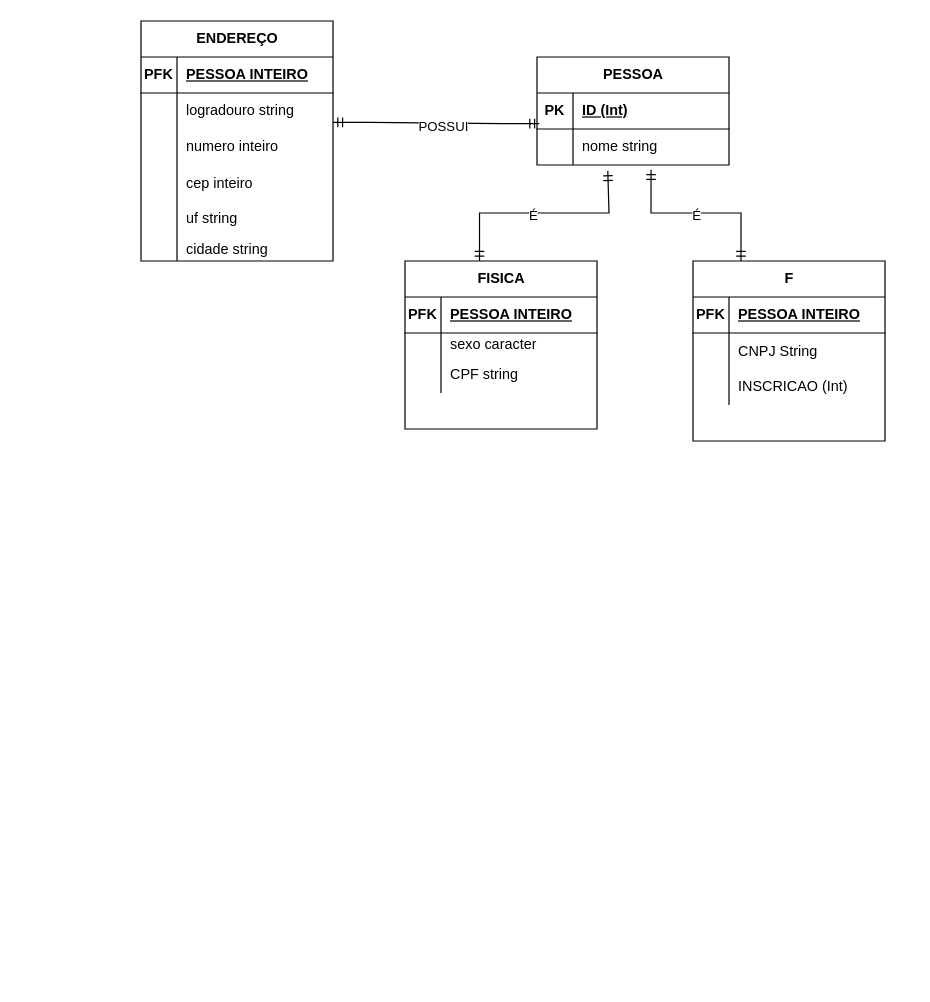
Above: diagrama2bandodedados.drawio in Monterlei/bancodedadosI (draw.io), before the change. Source tidied: cells renumbered, new cells numbered last; positions are measured from the earlier drawing's top-left corner, leaving out a move shared by most shapes. Both pictures are drawn from the tidied source at 120%, with x=0, y=0 at pixel (140, 20).
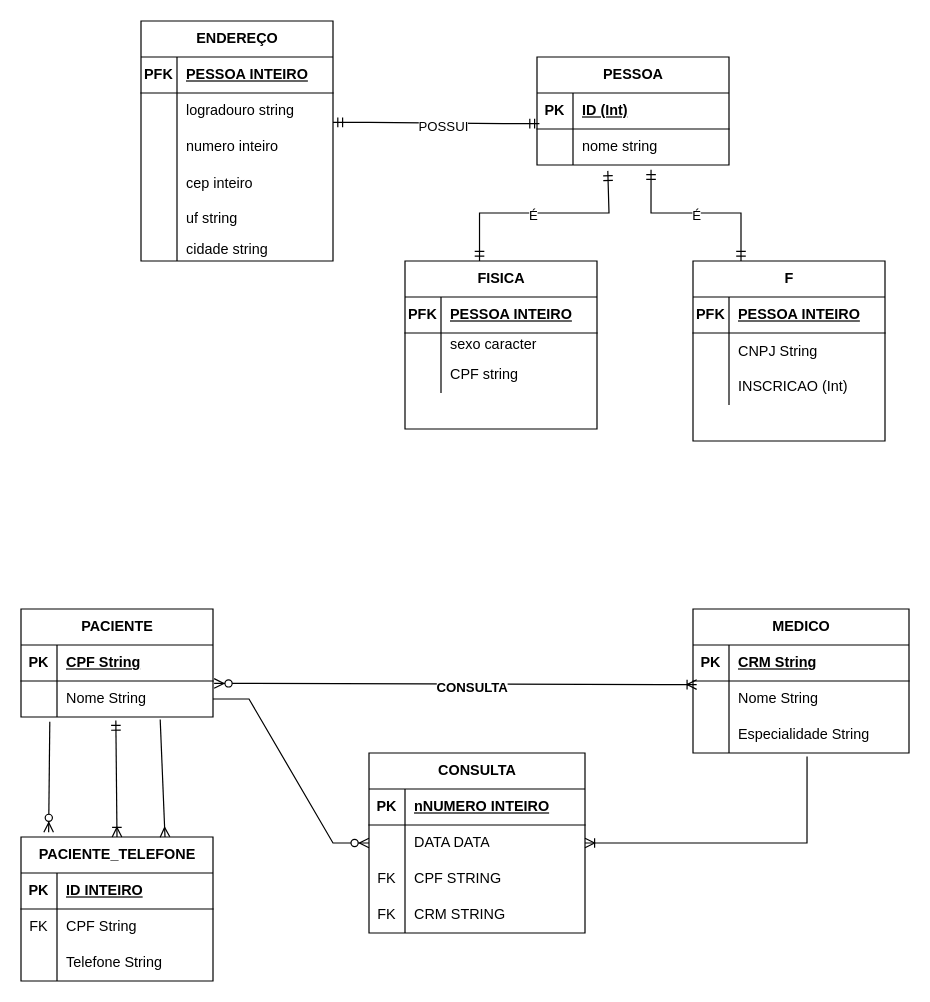
The same page after the edit.

Change to the diagram source:
```diff
@@
+    <mxCell id="54" value="PACIENTE" style="shape=table;startSize=30;childLayout=tableLayout;rowLines=0;fontStyle=1;align=center;html=1;" parent="1" vertex="1">
+      <mxGeometry x="-100" y="490" width="160" height="90" as="geometry" />
+    </mxCell>
+    <mxCell id="55" style="shape=tableRow;horizontal=0;startSize=0;swimlaneHead=0;swimlaneBody=0;fillColor=none;top=0;left=0;right=0;bottom=1;" parent="54" vertex="1">
+      <mxGeometry y="30" width="160" height="30" as="geometry" />
+    </mxCell>
+    <mxCell id="56" value="PK" style="shape=partialRectangle;fillColor=none;top=0;left=0;bottom=0;right=0;fontStyle=1;overflow=hidden;whiteSpace=wrap;html=1;" parent="55" vertex="1">
+      <mxGeometry width="30" height="30" as="geometry" />
+    </mxCell>
+    <mxCell id="57" value="CPF String" style="shape=partialRectangle;fillColor=none;top=0;left=0;bottom=0;right=0;align=left;spacingLeft=6;fontStyle=5;overflow=hidden;whiteSpace=wrap;html=1;" parent="55" vertex="1">
+      <mxGeometry x="30" width="130" height="30" as="geometry" />
+    </mxCell>
+    <mxCell id="58" style="shape=tableRow;horizontal=0;startSize=0;swimlaneHead=0;swimlaneBody=0;fillColor=none;points=[[0,0.5],[1,0.5]];portConstraint=eastwest;top=0;left=0;right=0;bottom=0;" parent="54" vertex="1">
+      <mxGeometry y="60" width="160" height="30" as="geometry" />
+    </mxCell>
+    <mxCell id="59" style="shape=partialRectangle;fillColor=none;top=0;left=0;bottom=0;right=0;overflow=hidden;whiteSpace=wrap;html=1;" parent="58" vertex="1">
+      <mxGeometry width="30" height="30" as="geometry" />
+    </mxCell>
+    <mxCell id="60" value="Nome String" style="shape=partialRectangle;fillColor=none;top=0;left=0;bottom=0;right=0;align=left;spacingLeft=6;overflow=hidden;whiteSpace=wrap;html=1;" parent="58" vertex="1">
+      <mxGeometry x="30" width="130" height="30" as="geometry" />
+    </mxCell>
+    <mxCell id="61" value="MEDICO" style="shape=table;startSize=30;childLayout=tableLayout;rowLines=0;fontStyle=1;align=center;html=1;" parent="1" vertex="1">
+      <mxGeometry x="460" y="490" width="180" height="120" as="geometry" />
+    </mxCell>
+    <mxCell id="62" style="shape=tableRow;horizontal=0;startSize=0;swimlaneHead=0;swimlaneBody=0;fillColor=none;top=0;left=0;right=0;bottom=1;" parent="61" vertex="1">
+      <mxGeometry y="30" width="180" height="30" as="geometry" />
+    </mxCell>
+    <mxCell id="63" value="PK" style="shape=partialRectangle;fillColor=none;top=0;left=0;bottom=0;right=0;fontStyle=1;overflow=hidden;whiteSpace=wrap;html=1;" parent="62" vertex="1">
+      <mxGeometry width="30" height="30" as="geometry" />
+    </mxCell>
+    <mxCell id="64" value="CRM String" style="shape=partialRectangle;fillColor=none;top=0;left=0;bottom=0;right=0;align=left;spacingLeft=6;fontStyle=5;overflow=hidden;whiteSpace=wrap;html=1;" parent="62" vertex="1">
+      <mxGeometry x="30" width="150" height="30" as="geometry" />
+    </mxCell>
+    <mxCell id="65" style="shape=tableRow;horizontal=0;startSize=0;swimlaneHead=0;swimlaneBody=0;fillColor=none;points=[[0,0.5],[1,0.5]];portConstraint=eastwest;top=0;left=0;right=0;bottom=0;" parent="61" vertex="1">
+      <mxGeometry y="60" width="180" height="30" as="geometry" />
+    </mxCell>
+    <mxCell id="66" style="shape=partialRectangle;fillColor=none;top=0;left=0;bottom=0;right=0;overflow=hidden;whiteSpace=wrap;html=1;" parent="65" vertex="1">
+      <mxGeometry width="30" height="30" as="geometry" />
+    </mxCell>
+    <mxCell id="67" value="Nome String" style="shape=partialRectangle;fillColor=none;top=0;left=0;bottom=0;right=0;align=left;spacingLeft=6;overflow=hidden;whiteSpace=wrap;html=1;" parent="65" vertex="1">
+      <mxGeometry x="30" width="150" height="30" as="geometry" />
+    </mxCell>
+    <mxCell id="68" style="shape=tableRow;horizontal=0;startSize=0;swimlaneHead=0;swimlaneBody=0;fillColor=none;points=[[0,0.5],[1,0.5]];portConstraint=eastwest;top=0;left=0;right=0;bottom=0;" parent="61" vertex="1">
+      <mxGeometry y="90" width="180" height="30" as="geometry" />
+    </mxCell>
+    <mxCell id="69" style="shape=partialRectangle;fillColor=none;top=0;left=0;bottom=0;right=0;overflow=hidden;whiteSpace=wrap;html=1;" parent="68" vertex="1">
+      <mxGeometry width="30" height="30" as="geometry" />
+    </mxCell>
+    <mxCell id="70" value="Especialidade String" style="shape=partialRectangle;fillColor=none;top=0;left=0;bottom=0;right=0;align=left;spacingLeft=6;overflow=hidden;whiteSpace=wrap;html=1;" parent="68" vertex="1">
+      <mxGeometry x="30" width="150" height="30" as="geometry" />
+    </mxCell>
+    <mxCell id="71" style="edgeStyle=entityRelationEdgeStyle;fontSize=12;html=1;endArrow=ERoneToMany;startArrow=ERzeroToMany;rounded=0;exitX=1.006;exitY=0.067;exitDx=0;exitDy=0;exitPerimeter=0;entryX=0.017;entryY=0.1;entryDx=0;entryDy=0;entryPerimeter=0;" parent="1" edge="1" source="58" target="65">
+      <mxGeometry relative="1" as="geometry" />
+    </mxCell>
+    <mxCell id="72" value="&lt;b&gt;CONSULTA&lt;/b&gt;" style="edgeLabel;html=1;align=center;verticalAlign=middle;" parent="71" vertex="1">
+      <mxGeometry x="0.07" y="-3" relative="1" as="geometry" />
+    </mxCell>
+    <mxCell id="73" value="PACIENTE_TELEFONE" style="shape=table;startSize=30;childLayout=tableLayout;rowLines=0;fontStyle=1;align=center;html=1;" parent="1" vertex="1">
+      <mxGeometry x="-100" y="680" width="160" height="120" as="geometry" />
+    </mxCell>
+    <mxCell id="74" style="shape=tableRow;horizontal=0;startSize=0;swimlaneHead=0;swimlaneBody=0;fillColor=none;top=0;left=0;right=0;bottom=1;" parent="73" vertex="1">
+      <mxGeometry y="30" width="160" height="30" as="geometry" />
+    </mxCell>
+    <mxCell id="75" value="PK" style="shape=partialRectangle;fillColor=none;top=0;left=0;bottom=0;right=0;fontStyle=1;overflow=hidden;whiteSpace=wrap;html=1;" parent="74" vertex="1">
+      <mxGeometry width="30" height="30" as="geometry" />
+    </mxCell>
+    <mxCell id="76" value="ID INTEIRO" style="shape=partialRectangle;fillColor=none;top=0;left=0;bottom=0;right=0;align=left;spacingLeft=6;fontStyle=5;overflow=hidden;whiteSpace=wrap;html=1;" parent="74" vertex="1">
+      <mxGeometry x="30" width="130" height="30" as="geometry" />
+    </mxCell>
+    <mxCell id="77" style="shape=tableRow;horizontal=0;startSize=0;swimlaneHead=0;swimlaneBody=0;fillColor=none;top=0;left=0;right=0;bottom=0;" parent="73" vertex="1">
+      <mxGeometry y="60" width="160" height="30" as="geometry" />
+    </mxCell>
+    <mxCell id="78" value="FK" style="shape=partialRectangle;fillColor=none;top=0;left=0;bottom=0;right=0;fontStyle=0;overflow=hidden;whiteSpace=wrap;html=1;" parent="77" vertex="1">
+      <mxGeometry width="30" height="30" as="geometry" />
+    </mxCell>
+    <mxCell id="79" value="CPF String" style="shape=partialRectangle;fillColor=none;top=0;left=0;bottom=0;right=0;align=left;spacingLeft=6;fontStyle=0;overflow=hidden;whiteSpace=wrap;html=1;" parent="77" vertex="1">
+      <mxGeometry x="30" width="130" height="30" as="geometry" />
+    </mxCell>
+    <mxCell id="80" style="shape=tableRow;horizontal=0;startSize=0;swimlaneHead=0;swimlaneBody=0;fillColor=none;top=0;left=0;right=0;bottom=0;" parent="73" vertex="1">
+      <mxGeometry y="90" width="160" height="30" as="geometry" />
+    </mxCell>
+    <mxCell id="81" style="shape=partialRectangle;fillColor=none;top=0;left=0;bottom=0;right=0;overflow=hidden;whiteSpace=wrap;html=1;" parent="80" vertex="1">
+      <mxGeometry width="30" height="30" as="geometry" />
+    </mxCell>
+    <mxCell id="82" value="Telefone String" style="shape=partialRectangle;fillColor=none;top=0;left=0;bottom=0;right=0;align=left;spacingLeft=6;overflow=hidden;whiteSpace=wrap;html=1;" parent="80" vertex="1">
+      <mxGeometry x="30" width="130" height="30" as="geometry" />
+    </mxCell>
+    <mxCell id="83" style="fontSize=12;html=1;endArrow=ERoneToMany;startArrow=ERmandOne;rounded=0;exitX=0.494;exitY=1.1;exitDx=0;exitDy=0;exitPerimeter=0;entryX=0.5;entryY=0;entryDx=0;entryDy=0;" parent="1" edge="1" source="58" target="73">
+      <mxGeometry relative="1" as="geometry" />
+    </mxCell>
+    <mxCell id="84" style="fontSize=12;html=1;endArrow=ERmany;rounded=0;exitX=0.725;exitY=1.067;exitDx=0;exitDy=0;exitPerimeter=0;entryX=0.75;entryY=0;entryDx=0;entryDy=0;" parent="1" edge="1" source="58" target="73">
+      <mxGeometry relative="1" as="geometry" />
+    </mxCell>
+    <mxCell id="85" style="fontSize=12;html=1;endArrow=ERzeroToMany;endFill=1;rounded=0;exitX=0.15;exitY=1.133;exitDx=0;exitDy=0;exitPerimeter=0;entryX=0.144;entryY=-0.033;entryDx=0;entryDy=0;entryPerimeter=0;" parent="1" edge="1" source="58" target="73">
+      <mxGeometry relative="1" as="geometry" />
+    </mxCell>
+    <mxCell id="86" value="CONSULTA" style="shape=table;startSize=30;childLayout=tableLayout;rowLines=0;fontStyle=1;align=center;html=1;" parent="1" vertex="1">
+      <mxGeometry x="190" y="610" width="180" height="150" as="geometry" />
+    </mxCell>
+    <mxCell id="87" style="shape=tableRow;horizontal=0;startSize=0;swimlaneHead=0;swimlaneBody=0;fillColor=none;top=0;left=0;right=0;bottom=1;" parent="86" vertex="1">
+      <mxGeometry y="30" width="180" height="30" as="geometry" />
+    </mxCell>
+    <mxCell id="88" value="PK" style="shape=partialRectangle;fillColor=none;top=0;left=0;bottom=0;right=0;fontStyle=1;overflow=hidden;whiteSpace=wrap;html=1;" parent="87" vertex="1">
+      <mxGeometry width="30" height="30" as="geometry" />
+    </mxCell>
+    <mxCell id="89" value="nNUMERO INTEIRO" style="shape=partialRectangle;fillColor=none;top=0;left=0;bottom=0;right=0;align=left;spacingLeft=6;fontStyle=5;overflow=hidden;whiteSpace=wrap;html=1;" parent="87" vertex="1">
+      <mxGeometry x="30" width="150" height="30" as="geometry" />
+    </mxCell>
+    <mxCell id="90" style="shape=tableRow;horizontal=0;startSize=0;swimlaneHead=0;swimlaneBody=0;fillColor=none;top=0;left=0;right=0;bottom=0;" parent="86" vertex="1">
+      <mxGeometry y="60" width="180" height="30" as="geometry" />
+    </mxCell>
+    <mxCell id="91" style="shape=partialRectangle;fillColor=none;top=0;left=0;bottom=0;right=0;overflow=hidden;whiteSpace=wrap;html=1;" parent="90" vertex="1">
+      <mxGeometry width="30" height="30" as="geometry" />
+    </mxCell>
+    <mxCell id="92" value="DATA DATA" style="shape=partialRectangle;fillColor=none;top=0;left=0;bottom=0;right=0;align=left;spacingLeft=6;overflow=hidden;whiteSpace=wrap;html=1;" parent="90" vertex="1">
+      <mxGeometry x="30" width="150" height="30" as="geometry" />
+    </mxCell>
+    <mxCell id="93" style="shape=tableRow;horizontal=0;startSize=0;swimlaneHead=0;swimlaneBody=0;fillColor=none;top=0;left=0;right=0;bottom=0;" parent="86" vertex="1">
+      <mxGeometry y="90" width="180" height="30" as="geometry" />
+    </mxCell>
+    <mxCell id="94" value="FK" style="shape=partialRectangle;fillColor=none;top=0;left=0;bottom=0;right=0;overflow=hidden;whiteSpace=wrap;html=1;" parent="93" vertex="1">
+      <mxGeometry width="30" height="30" as="geometry" />
+    </mxCell>
+    <mxCell id="95" value="CPF STRING" style="shape=partialRectangle;fillColor=none;top=0;left=0;bottom=0;right=0;align=left;spacingLeft=6;overflow=hidden;whiteSpace=wrap;html=1;" parent="93" vertex="1">
+      <mxGeometry x="30" width="150" height="30" as="geometry" />
+    </mxCell>
+    <mxCell id="96" style="shape=tableRow;horizontal=0;startSize=0;swimlaneHead=0;swimlaneBody=0;fillColor=none;top=0;left=0;right=0;bottom=0;" parent="86" vertex="1">
+      <mxGeometry y="120" width="180" height="30" as="geometry" />
+    </mxCell>
+    <mxCell id="97" value="FK" style="shape=partialRectangle;fillColor=none;top=0;left=0;bottom=0;right=0;overflow=hidden;whiteSpace=wrap;html=1;" parent="96" vertex="1">
+      <mxGeometry width="30" height="30" as="geometry" />
+    </mxCell>
+    <mxCell id="98" value="CRM STRING" style="shape=partialRectangle;fillColor=none;top=0;left=0;bottom=0;right=0;align=left;spacingLeft=6;overflow=hidden;whiteSpace=wrap;html=1;" parent="96" vertex="1">
+      <mxGeometry x="30" width="150" height="30" as="geometry" />
+    </mxCell>
+    <mxCell id="99" style="edgeStyle=entityRelationEdgeStyle;fontSize=12;html=1;endArrow=ERzeroToMany;endFill=1;rounded=0;exitX=1;exitY=0.5;exitDx=0;exitDy=0;" parent="1" edge="1" source="58" target="86">
+      <mxGeometry relative="1" as="geometry" />
+    </mxCell>
+    <mxCell id="100" style="edgeStyle=orthogonalEdgeStyle;fontSize=12;html=1;endArrow=ERoneToMany;rounded=0;exitX=0.528;exitY=1.1;exitDx=0;exitDy=0;exitPerimeter=0;" parent="1" edge="1" source="68" target="86">
+      <mxGeometry relative="1" as="geometry">
+        <Array as="points">
+          <mxPoint x="555" y="685" />
+        </Array>
+      </mxGeometry>
+    </mxCell>
```
